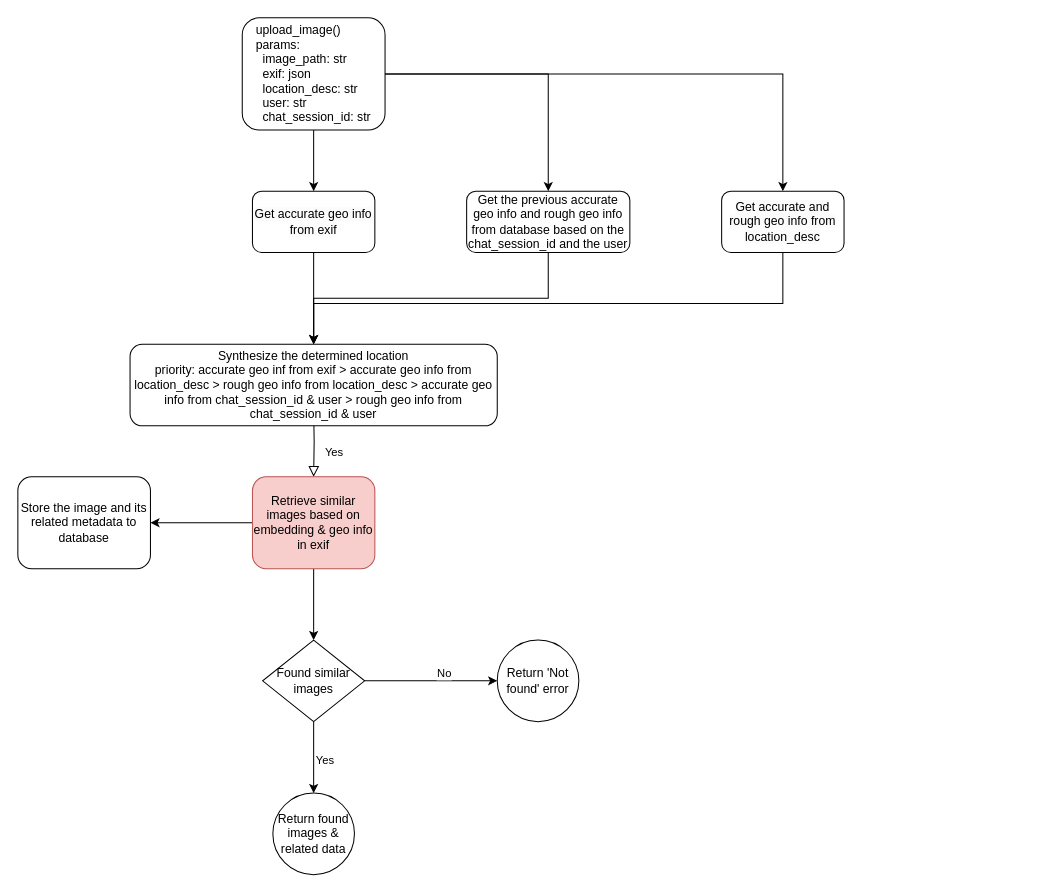
This is api_workflow.drawio from cloudliu01/flask_remote_api_for_image_rag, a draw.io file, before an edit. Source tidied: cells renumbered, new cells numbered last; positions are measured from the earlier drawing's top-left corner, leaving out a move shared by most shapes. Both pictures are drawn from the tidied source at 102%, with x=0, y=0 at pixel (17, 17).
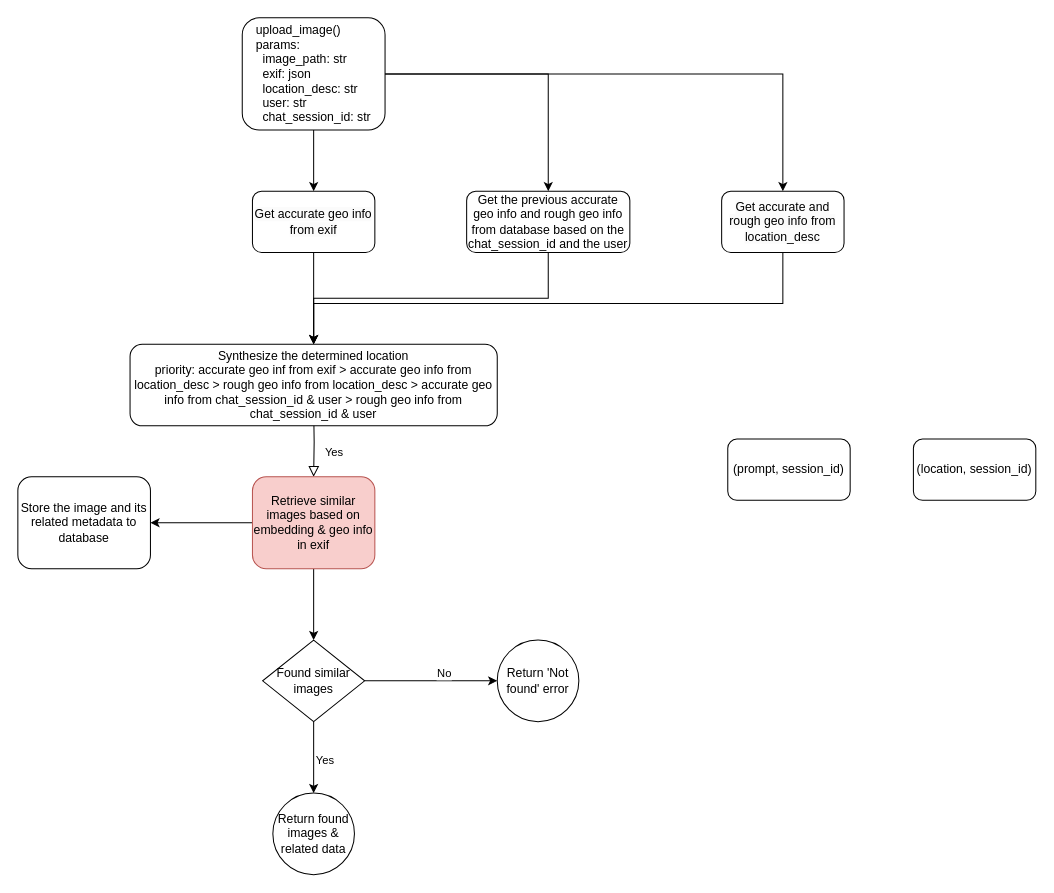
The same diagram, later.

What changed in the source:
```diff
@@
+    <mxCell id="25" value="(location, session_id)" style="rounded=1;whiteSpace=wrap;html=1;" parent="1" vertex="1">
+      <mxGeometry x="878" y="413" width="120" height="60" as="geometry" />
+    </mxCell>
+    <mxCell id="26" value="(prompt, session_id)" style="rounded=1;whiteSpace=wrap;html=1;" parent="1" vertex="1">
+      <mxGeometry x="696" y="413" width="120" height="60" as="geometry" />
+    </mxCell>
```
